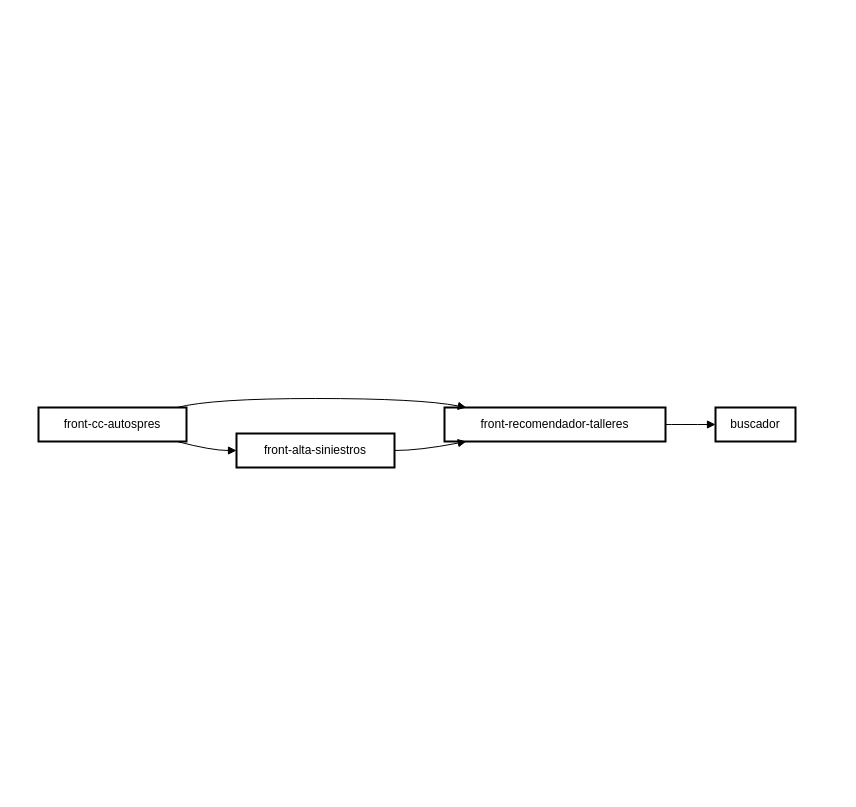
The draw.io diagram alta_siniestro_reco.drawio in gcorroto/docs, before the edit. Source tidied: cells renumbered, new cells numbered last; positions are measured from the earlier drawing's top-left corner, leaving out a move shared by most shapes. Both pictures are drawn from the tidied source at 100%, with x=0, y=0 at pixel (38, 398).
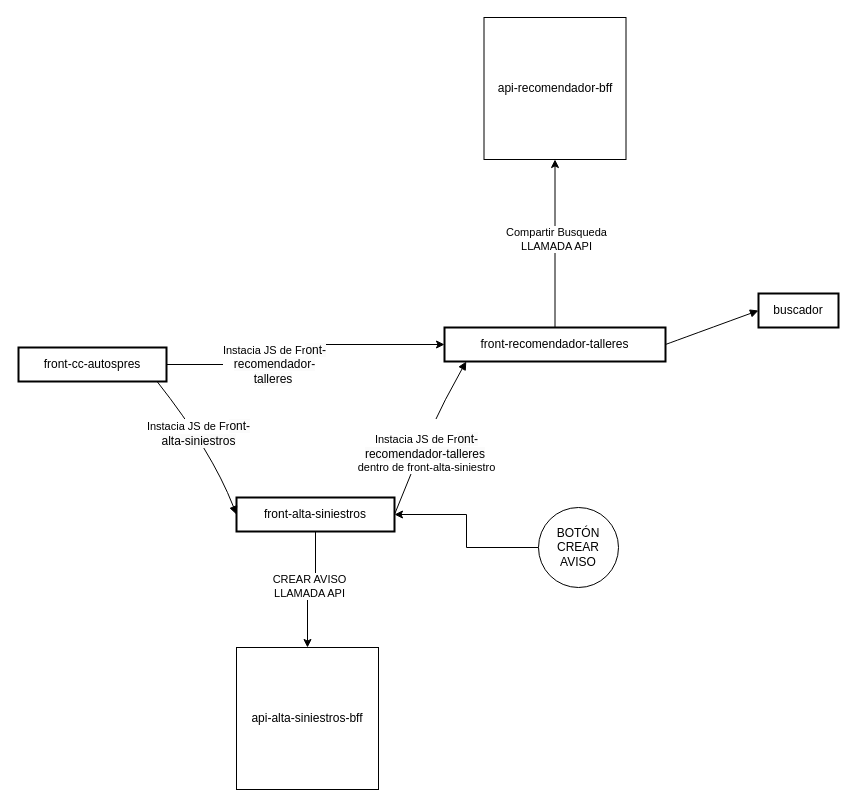
The same page after the edit.

Unchanged cells that the change refers to:
```xml
<mxCell id="6" style="curved=1;startArrow=none;endArrow=block;exitX=0.9363224402286903;exitY=1;entryX=-0.0011867088607594937;entryY=0.5;" parent="1" edge="1" source="2" target="3">
  <mxGeometry relative="1" as="geometry">
    <Array as="points">
      <mxPoint x="173" y="52" />
    </Array>
  </mxGeometry>
</mxCell>
```

The edit, as a diff of the source:
```diff
@@
+    <mxCell id="7" style="edgeStyle=orthogonalEdgeStyle;rounded=0;jettySize=auto;html=1;exitX=1;exitY=0.5;exitDx=0;exitDy=0;entryX=0;entryY=0.5;entryDx=0;entryDy=0;" parent="1" edge="1" source="2" target="4">
+      <mxGeometry relative="1" as="geometry" />
+    </mxCell>
+    <mxCell id="10" value="Instacia JS de Fr&lt;span style=&quot;font-size: 12px; text-wrap: wrap; background-color: rgb(251, 251, 251);&quot;&gt;ont-recomendador-talleres&lt;/span&gt;&amp;nbsp;" style="edgeLabel;html=1;align=center;verticalAlign=middle;" parent="7" vertex="1">
+      <mxGeometry x="-0.28" y="1" relative="1" as="geometry" />
+    </mxCell>
     <mxCell id="2" value="front-cc-autospres" style="whiteSpace=wrap;strokeWidth=2;" parent="1" vertex="1">
-      <mxGeometry y="9" width="148" height="34" as="geometry" />
+      <mxGeometry x="-20" y="-51" width="148" height="34" as="geometry" />
     </mxCell>
+    <mxCell id="11" style="edgeStyle=orthogonalEdgeStyle;rounded=0;jettySize=auto;html=1;entryX=0.5;entryY=0;entryDx=0;entryDy=0;" parent="1" edge="1" source="3" target="19">
+      <mxGeometry relative="1" as="geometry" />
+    </mxCell>
+    <mxCell id="12" value="CREAR AVISO&lt;div&gt;LLAMADA API&lt;/div&gt;" style="edgeLabel;html=1;align=center;verticalAlign=middle;" parent="11" vertex="1">
+      <mxGeometry x="0.05" y="-4" relative="1" as="geometry" />
+    </mxCell>
     <mxCell id="3" value="front-alta-siniestros" style="whiteSpace=wrap;strokeWidth=2;" parent="1" vertex="1">
-      <mxGeometry x="198" y="35" width="158" height="34" as="geometry" />
+      <mxGeometry x="198" y="99" width="158" height="34" as="geometry" />
     </mxCell>
+    <mxCell id="13" style="edgeStyle=orthogonalEdgeStyle;rounded=0;jettySize=auto;html=1;entryX=0.5;entryY=1;entryDx=0;entryDy=0;" parent="1" edge="1" source="4" target="20">
+      <mxGeometry relative="1" as="geometry" />
+    </mxCell>
+    <mxCell id="14" value="Compartir Busqueda&lt;div&gt;LLAMADA API&lt;/div&gt;" style="edgeLabel;html=1;align=center;verticalAlign=middle;" parent="13" vertex="1">
+      <mxGeometry x="0.06" relative="1" as="geometry">
+        <mxPoint x="1" as="offset" />
+      </mxGeometry>
+    </mxCell>
     <mxCell id="4" value="front-recomendador-talleres" style="whiteSpace=wrap;strokeWidth=2;" parent="1" vertex="1">
-      <mxGeometry x="406" y="9" width="221" height="34" as="geometry" />
+      <mxGeometry x="406" y="-71" width="221" height="34" as="geometry" />
     </mxCell>
     <mxCell id="5" value="buscador" style="whiteSpace=wrap;strokeWidth=2;" parent="1" vertex="1">
-      <mxGeometry x="677" y="9" width="80" height="34" as="geometry" />
+      <mxGeometry x="720" y="-105" width="80" height="34" as="geometry" />
     </mxCell>
@@
-    <mxCell id="7" style="curved=1;startArrow=none;endArrow=block;exitX=0.9363224402286903;exitY=0;entryX=0.09856041159067173;entryY=0;" parent="1" edge="1" source="2" target="4">
-      <mxGeometry relative="1" as="geometry">
-        <Array as="points">
-          <mxPoint x="173" />
-          <mxPoint x="381" />
-        </Array>
-      </mxGeometry>
-    </mxCell>
+    <mxCell id="15" value="Instacia JS de Fr&lt;span style=&quot;font-size: 12px; text-wrap: wrap; background-color: rgb(251, 251, 251);&quot;&gt;ont-alta-siniestros&lt;/span&gt;" style="edgeLabel;html=1;align=center;verticalAlign=middle;" parent="6" vertex="1">
+      <mxGeometry x="-0.16" relative="1" as="geometry" />
+    </mxCell>
     <mxCell id="8" style="curved=1;startArrow=none;endArrow=block;exitX=0.9996044303797469;exitY=0.5;entryX=0.09856041159067173;entryY=1;" parent="1" edge="1" source="3" target="4">
       <mxGeometry relative="1" as="geometry">
         <Array as="points">
-          <mxPoint x="381" y="52" />
+          <mxPoint x="390" y="29" />
         </Array>
       </mxGeometry>
     </mxCell>
+    <mxCell id="16" value="&lt;br&gt;&lt;span style=&quot;color: rgb(0, 0, 0); font-family: Helvetica; font-size: 11px; font-style: normal; font-variant-ligatures: normal; font-variant-caps: normal; font-weight: 400; letter-spacing: normal; orphans: 2; text-align: center; text-indent: 0px; text-transform: none; widows: 2; word-spacing: 0px; -webkit-text-stroke-width: 0px; white-space: nowrap; background-color: rgb(255, 255, 255); text-decoration-thickness: initial; text-decoration-style: initial; text-decoration-color: initial; display: inline !important; float: none;&quot;&gt;Instacia JS de Fr&lt;/span&gt;&lt;span style=&quot;forced-color-adjust: none; color: rgb(0, 0, 0); font-family: Helvetica; font-style: normal; font-variant-ligatures: normal; font-variant-caps: normal; font-weight: 400; letter-spacing: normal; orphans: 2; text-align: center; text-indent: 0px; text-transform: none; widows: 2; word-spacing: 0px; -webkit-text-stroke-width: 0px; white-space: normal; text-decoration-thickness: initial; text-decoration-style: initial; text-decoration-color: initial; font-size: 12px; background-color: rgb(251, 251, 251);&quot;&gt;ont-recomendador-talleres&lt;/span&gt;&lt;span style=&quot;color: rgb(0, 0, 0); font-family: Helvetica; font-size: 11px; font-style: normal; font-variant-ligatures: normal; font-variant-caps: normal; font-weight: 400; letter-spacing: normal; orphans: 2; text-align: center; text-indent: 0px; text-transform: none; widows: 2; word-spacing: 0px; -webkit-text-stroke-width: 0px; white-space: nowrap; background-color: rgb(255, 255, 255); text-decoration-thickness: initial; text-decoration-style: initial; text-decoration-color: initial; display: inline !important; float: none;&quot;&gt;&amp;nbsp;&lt;/span&gt;&lt;br&gt;dentro de front-alta-siniestro" style="edgeLabel;html=1;align=center;verticalAlign=middle;" parent="8" vertex="1">
+      <mxGeometry x="-0.12" y="-4" relative="1" as="geometry" />
+    </mxCell>
@@
+    <mxCell id="17" style="edgeStyle=orthogonalEdgeStyle;rounded=0;jettySize=auto;html=1;entryX=1;entryY=0.5;entryDx=0;entryDy=0;" parent="1" edge="1" source="18" target="3">
+      <mxGeometry relative="1" as="geometry" />
+    </mxCell>
+    <mxCell id="18" value="BOTÓN&lt;div&gt;CREAR AVISO&lt;/div&gt;" style="ellipse;whiteSpace=wrap;html=1;" parent="1" vertex="1">
+      <mxGeometry x="500" y="109" width="80" height="80" as="geometry" />
+    </mxCell>
+    <mxCell id="19" value="api-alta-siniestros-bff" style="whiteSpace=wrap;html=1;" parent="1" vertex="1">
+      <mxGeometry x="198" y="249" width="142" height="142" as="geometry" />
+    </mxCell>
+    <mxCell id="20" value="api-recomendador&lt;span style=&quot;background-color: initial;&quot;&gt;-bff&lt;/span&gt;" style="whiteSpace=wrap;html=1;" parent="1" vertex="1">
+      <mxGeometry x="445.5" y="-381" width="142" height="142" as="geometry" />
+    </mxCell>
```
